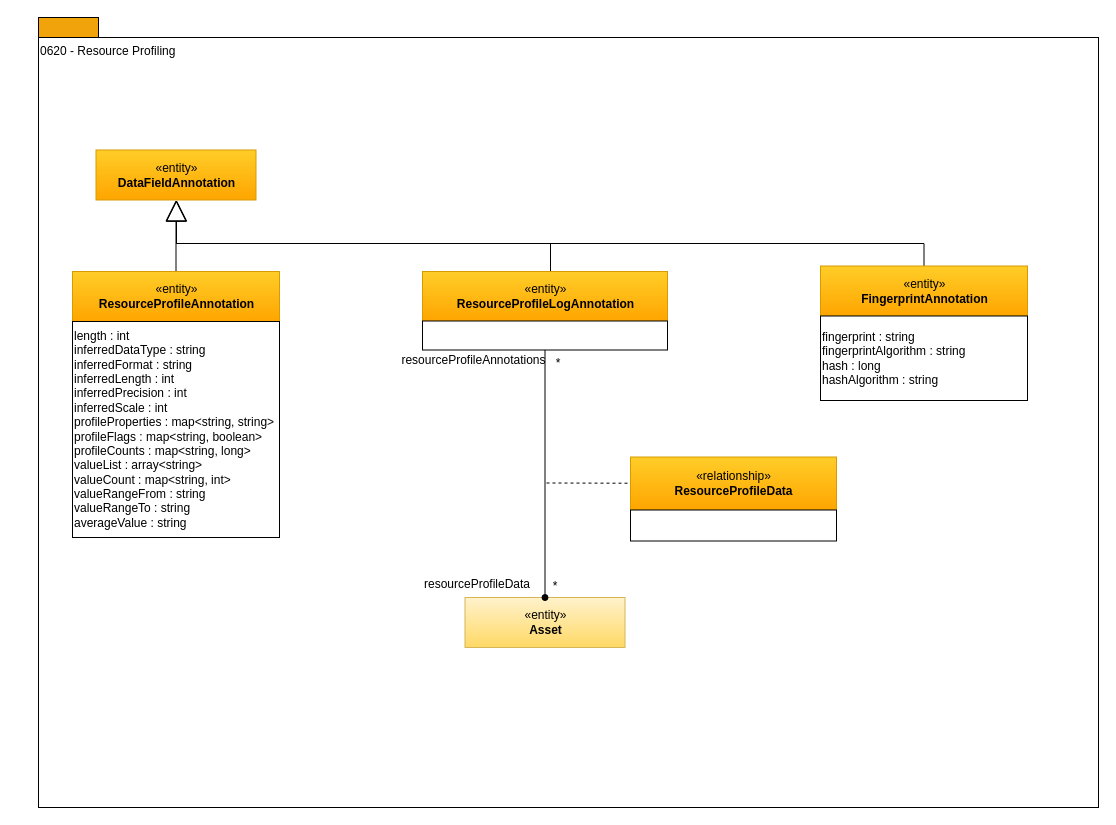
The draw.io diagram page "0620-Resource-Profiling" (10 of 17) of site/docs/types/6/area-6-discovery.drawio in odpi/egeria-docs, before the edit. Source tidied: cells renumbered, new cells numbered last; positions are measured from the earlier drawing's top-left corner, leaving out a move shared by most shapes. Both pictures are drawn from the tidied source at 100%, with x=0, y=0 at pixel (38, 17).
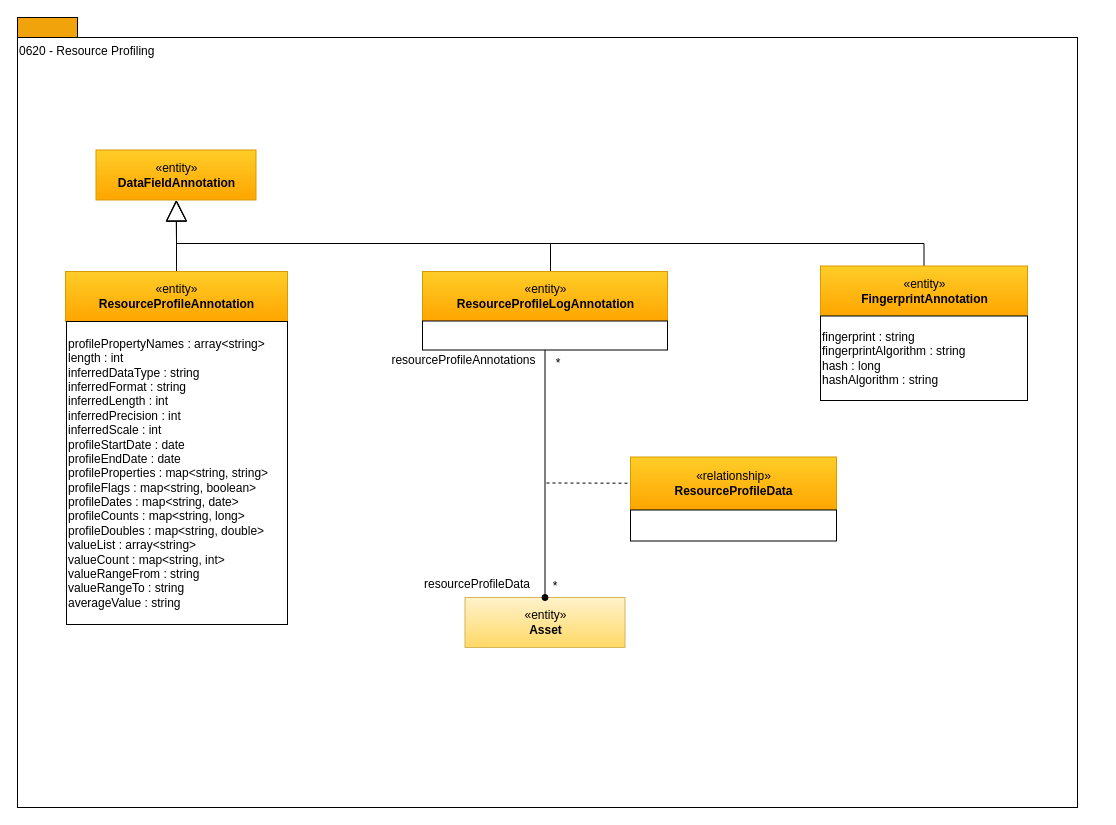
The same diagram, later.

The edit, as a diff of the source:
```diff
@@
     <mxCell id="2" style="rounded=0;whiteSpace=wrap;html=1;align=left;fillColor=#f0a30a;strokeColor=#000000;fontColor=#ffffff;" parent="1" vertex="1">
-      <mxGeometry width="60" height="20" as="geometry" />
+      <mxGeometry x="-21" width="60" height="20" as="geometry" />
     </mxCell>
     <mxCell id="3" value="0620 - Resource Profiling" style="rounded=0;whiteSpace=wrap;html=1;align=left;verticalAlign=top;" parent="1" vertex="1">
-      <mxGeometry y="20" width="1060" height="770" as="geometry" />
+      <mxGeometry x="-21" y="20" width="1060" height="770" as="geometry" />
     </mxCell>
@@
     <mxCell id="5" value="«entity»&lt;br&gt;&lt;b&gt;ResourceProfileAnnotation&lt;/b&gt;" style="html=1;strokeColor=#d79b00;align=center;fillColor=#ffcd28;gradientColor=#ffa500;" parent="1" vertex="1">
-      <mxGeometry x="34" y="254" width="207" height="50" as="geometry" />
+      <mxGeometry x="27" y="254" width="222" height="50" as="geometry" />
     </mxCell>
-    <mxCell id="6" value="length : int&lt;br&gt;inferredDataType : string&lt;br&gt;inferredFormat : string&lt;br&gt;inferredLength : int&lt;br&gt;inferredPrecision : int&lt;br&gt;inferredScale : int&lt;br&gt;profileProperties : map&amp;lt;string, string&amp;gt;&lt;br&gt;profileFlags : map&amp;lt;string, boolean&amp;gt;&lt;br&gt;profileCounts : map&amp;lt;string, long&amp;gt;&lt;br&gt;valueList : array&amp;lt;string&amp;gt;&lt;br&gt;valueCount : map&amp;lt;string, int&amp;gt;&lt;br&gt;valueRangeFrom : string&lt;br&gt;valueRangeTo : string&lt;br&gt;averageValue : string&lt;br&gt;" style="rounded=0;whiteSpace=wrap;html=1;strokeColor=#000000;gradientColor=#ffffff;align=left;" parent="1" vertex="1">
-      <mxGeometry x="34" y="304" width="207" height="216" as="geometry" />
+    <mxCell id="6" value="profilePropertyNames : array&amp;lt;string&amp;gt;&lt;div&gt;length : int&lt;br&gt;inferredDataType : string&lt;br&gt;inferredFormat : string&lt;br&gt;inferredLength : int&lt;br&gt;inferredPrecision : int&lt;br&gt;inferredScale : int&lt;div&gt;profileStartDate : date&lt;/div&gt;&lt;div&gt;profileEndDate : date&lt;br&gt;profileProperties : map&amp;lt;string, string&amp;gt;&lt;br&gt;profileFlags : map&amp;lt;string, boolean&amp;gt;&lt;/div&gt;&lt;div&gt;profileDates : map&amp;lt;string, date&amp;gt;&lt;br&gt;profileCounts : map&amp;lt;string, long&amp;gt;&lt;br&gt;profileDoubles : map&amp;lt;string, double&amp;gt;&lt;br&gt;valueList : array&amp;lt;string&amp;gt;&lt;br&gt;valueCount : map&amp;lt;string, int&amp;gt;&lt;br&gt;valueRangeFrom : string&lt;br&gt;valueRangeTo : string&lt;br&gt;averageValue : string&lt;/div&gt;&lt;/div&gt;" style="rounded=0;whiteSpace=wrap;html=1;strokeColor=#000000;gradientColor=#ffffff;align=left;" parent="1" vertex="1">
+      <mxGeometry x="28" y="304" width="221" height="303" as="geometry" />
     </mxCell>
@@
     <mxCell id="15" value="resourceProfileAnnotations" style="text;html=1;strokeColor=none;fillColor=none;align=center;verticalAlign=middle;whiteSpace=wrap;rounded=0;" parent="1" vertex="1">
-      <mxGeometry x="371" y="332.5" width="129" height="20" as="geometry" />
+      <mxGeometry x="361" y="332.5" width="129" height="20" as="geometry" />
     </mxCell>
```
